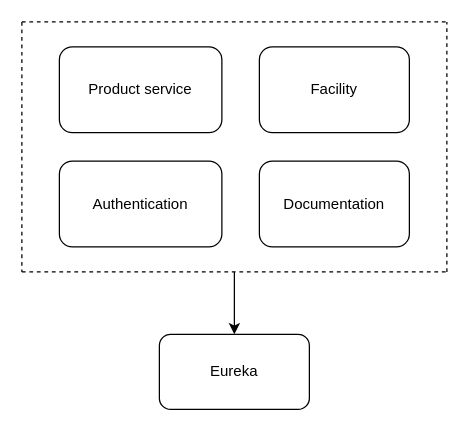
Earlier version of the draw.io diagram edm.drawio (tuyenluong/expiryDateManagement). Source tidied: cells renumbered, new cells numbered last; positions are measured from the earlier drawing's top-left corner, leaving out a move shared by most shapes. Both pictures are drawn from the tidied source at 125%, with x=0, y=0 at pixel (21, 21).
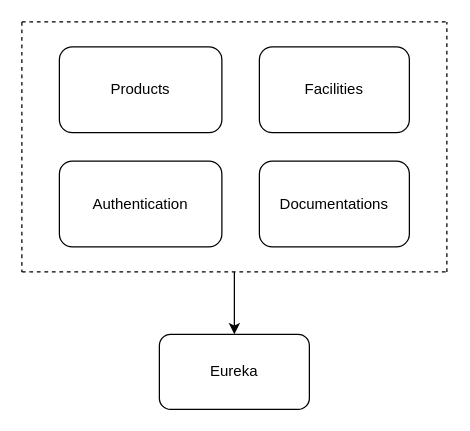
The same page after the edit.

Commit message:
Cập nhật edm.drawio

Change to the diagram source:
```diff
@@
 <mxGraphModel>
   <root>
     <mxCell id="0" />
     <mxCell id="1" parent="0" />
     <mxCell id="2" value="Eureka" style="rounded=1;whiteSpace=wrap;html=1;" parent="1" vertex="1">
       <mxGeometry x="110" y="250" width="120" height="60" as="geometry" />
     </mxCell>
     <mxCell id="3" style="group;" parent="1" vertex="1">
       <mxGeometry x="30" y="20" width="280" height="160" as="geometry" />
     </mxCell>
-    <mxCell id="4" value="Product service" style="rounded=1;whiteSpace=wrap;html=1;" parent="3" vertex="1">
+    <mxCell id="4" value="Products" style="rounded=1;whiteSpace=wrap;html=1;" parent="3" vertex="1">
       <mxGeometry width="130" height="68.6" as="geometry" />
     </mxCell>
     <mxCell id="5" value="Authentication" style="rounded=1;whiteSpace=wrap;html=1;" parent="3" vertex="1">
       <mxGeometry y="91.4" width="130" height="68.6" as="geometry" />
     </mxCell>
-    <mxCell id="6" value="Facility" style="rounded=1;whiteSpace=wrap;html=1;" parent="3" vertex="1">
+    <mxCell id="6" value="Facilities" style="rounded=1;whiteSpace=wrap;html=1;" parent="3" vertex="1">
       <mxGeometry x="160" width="120" height="68.6" as="geometry" />
     </mxCell>
-    <mxCell id="7" value="Documentation" style="rounded=1;whiteSpace=wrap;html=1;" parent="3" vertex="1">
+    <mxCell id="7" value="Documentations" style="rounded=1;whiteSpace=wrap;html=1;" parent="3" vertex="1">
       <mxGeometry x="160" y="91.4" width="120" height="68.6" as="geometry" />
     </mxCell>
     <mxCell id="8" style="endArrow=none;dashed=1;html=1;rounded=0;" parent="1" edge="1">
       <mxGeometry relative="1" as="geometry">
         <mxPoint x="340" y="200" as="sourcePoint" />
         <mxPoint x="340" as="targetPoint" />
       </mxGeometry>
     </mxCell>
     <mxCell id="9" style="endArrow=none;dashed=1;html=1;rounded=0;" parent="1" edge="1">
       <mxGeometry relative="1" as="geometry">
         <mxPoint y="200" as="sourcePoint" />
         <mxPoint x="340" y="200" as="targetPoint" />
         <Array as="points">
           <mxPoint x="170" y="200" />
         </Array>
       </mxGeometry>
     </mxCell>
     <mxCell id="10" style="endArrow=none;dashed=1;html=1;rounded=0;" parent="1" edge="1">
       <mxGeometry relative="1" as="geometry">
         <mxPoint as="sourcePoint" />
         <mxPoint y="200" as="targetPoint" />
       </mxGeometry>
     </mxCell>
     <mxCell id="11" style="endArrow=none;dashed=1;html=1;rounded=0;" parent="1" edge="1">
       <mxGeometry relative="1" as="geometry">
         <mxPoint as="sourcePoint" />
         <mxPoint x="340" as="targetPoint" />
       </mxGeometry>
     </mxCell>
     <mxCell id="12" style="endArrow=classic;html=1;rounded=0;entryX=0.5;entryY=0;entryDx=0;entryDy=0;" parent="1" edge="1" target="2">
       <mxGeometry relative="1" as="geometry">
         <mxPoint x="170" y="200" as="sourcePoint" />
       </mxGeometry>
     </mxCell>
   </root>
 </mxGraphModel>
```
